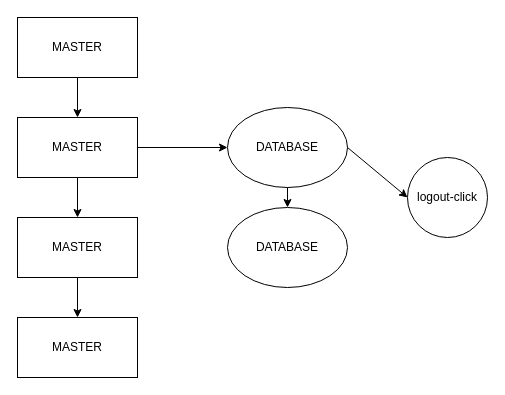
Above: INFORMATION/branches.drawio in Man1exter/MAIG-WAREHOUSE (draw.io), before the change. Source tidied: cells renumbered, new cells numbered last; positions are measured from the earlier drawing's top-left corner, leaving out a move shared by most shapes. Both pictures are drawn from the tidied source at 100%, with x=0, y=0 at pixel (17, 17).
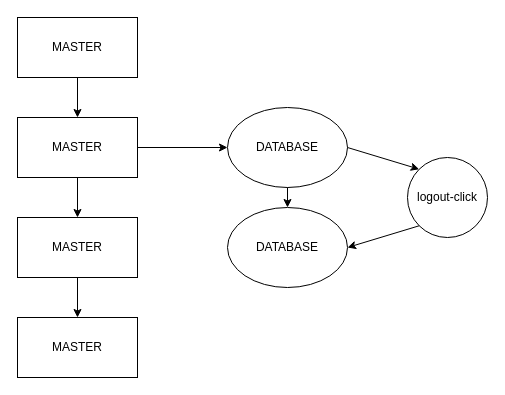
The same diagram, later.

Commit message:
merge branch with reopen/logout CentralWindow

What changed in the source:
```diff
@@
 <mxGraphModel>
   <root>
     <mxCell id="0" />
     <mxCell id="1" parent="0" />
     <mxCell id="2" value="MASTER" style="rounded=0;whiteSpace=wrap;html=1;" parent="1" vertex="1">
       <mxGeometry width="120" height="60" as="geometry" />
     </mxCell>
     <mxCell id="3" value="MASTER" style="rounded=0;whiteSpace=wrap;html=1;" parent="1" vertex="1">
       <mxGeometry y="100" width="120" height="60" as="geometry" />
     </mxCell>
     <mxCell id="4" value="MASTER" style="rounded=0;whiteSpace=wrap;html=1;" parent="1" vertex="1">
       <mxGeometry y="200" width="120" height="60" as="geometry" />
     </mxCell>
     <mxCell id="5" style="endArrow=classic;html=1;exitX=0.5;exitY=1;exitDx=0;exitDy=0;entryX=0.5;entryY=0;entryDx=0;entryDy=0;" parent="1" edge="1" source="2" target="3">
       <mxGeometry relative="1" as="geometry" />
     </mxCell>
     <mxCell id="6" style="endArrow=classic;html=1;exitX=0.5;exitY=1;exitDx=0;exitDy=0;" parent="1" edge="1" source="3" target="4">
       <mxGeometry relative="1" as="geometry" />
     </mxCell>
     <mxCell id="7" value="DATABASE" style="ellipse;whiteSpace=wrap;html=1;" parent="1" vertex="1">
       <mxGeometry x="210" y="90" width="120" height="80" as="geometry" />
     </mxCell>
     <mxCell id="8" value="DATABASE" style="ellipse;whiteSpace=wrap;html=1;" parent="1" vertex="1">
       <mxGeometry x="210" y="190" width="120" height="80" as="geometry" />
     </mxCell>
     <mxCell id="9" style="endArrow=classic;html=1;exitX=0.5;exitY=1;exitDx=0;exitDy=0;entryX=0.5;entryY=0;entryDx=0;entryDy=0;" parent="1" edge="1" source="7" target="8">
       <mxGeometry relative="1" as="geometry" />
     </mxCell>
     <mxCell id="10" style="endArrow=classic;html=1;exitX=1;exitY=0.5;exitDx=0;exitDy=0;entryX=0;entryY=0.5;entryDx=0;entryDy=0;" parent="1" edge="1" source="3" target="7">
       <mxGeometry relative="1" as="geometry" />
     </mxCell>
     <mxCell id="11" value="logout-click" style="ellipse;whiteSpace=wrap;html=1;" parent="1" vertex="1">
       <mxGeometry x="390" y="140" width="80" height="80" as="geometry" />
     </mxCell>
-    <mxCell id="12" style="endArrow=classic;html=1;exitX=1;exitY=0.5;exitDx=0;exitDy=0;entryX=0;entryY=0.5;entryDx=0;entryDy=0;" parent="1" edge="1" source="7" target="11">
+    <mxCell id="12" style="endArrow=classic;html=1;exitX=1;exitY=0.5;exitDx=0;exitDy=0;entryX=0;entryY=0;entryDx=0;entryDy=0;" parent="1" edge="1" source="7" target="11">
       <mxGeometry relative="1" as="geometry" />
     </mxCell>
     <mxCell id="13" value="MASTER" style="rounded=0;whiteSpace=wrap;html=1;" parent="1" vertex="1">
       <mxGeometry y="300" width="120" height="60" as="geometry" />
     </mxCell>
     <mxCell id="14" style="endArrow=classic;html=1;exitX=0.5;exitY=1;exitDx=0;exitDy=0;entryX=0.5;entryY=0;entryDx=0;entryDy=0;" parent="1" edge="1" source="4" target="13">
       <mxGeometry relative="1" as="geometry" />
     </mxCell>
+    <mxCell id="15" style="endArrow=classic;html=1;exitX=0;exitY=1;exitDx=0;exitDy=0;entryX=1;entryY=0.5;entryDx=0;entryDy=0;" parent="1" edge="1" source="11" target="8">
+      <mxGeometry relative="1" as="geometry" />
+    </mxCell>
   </root>
 </mxGraphModel>
```
